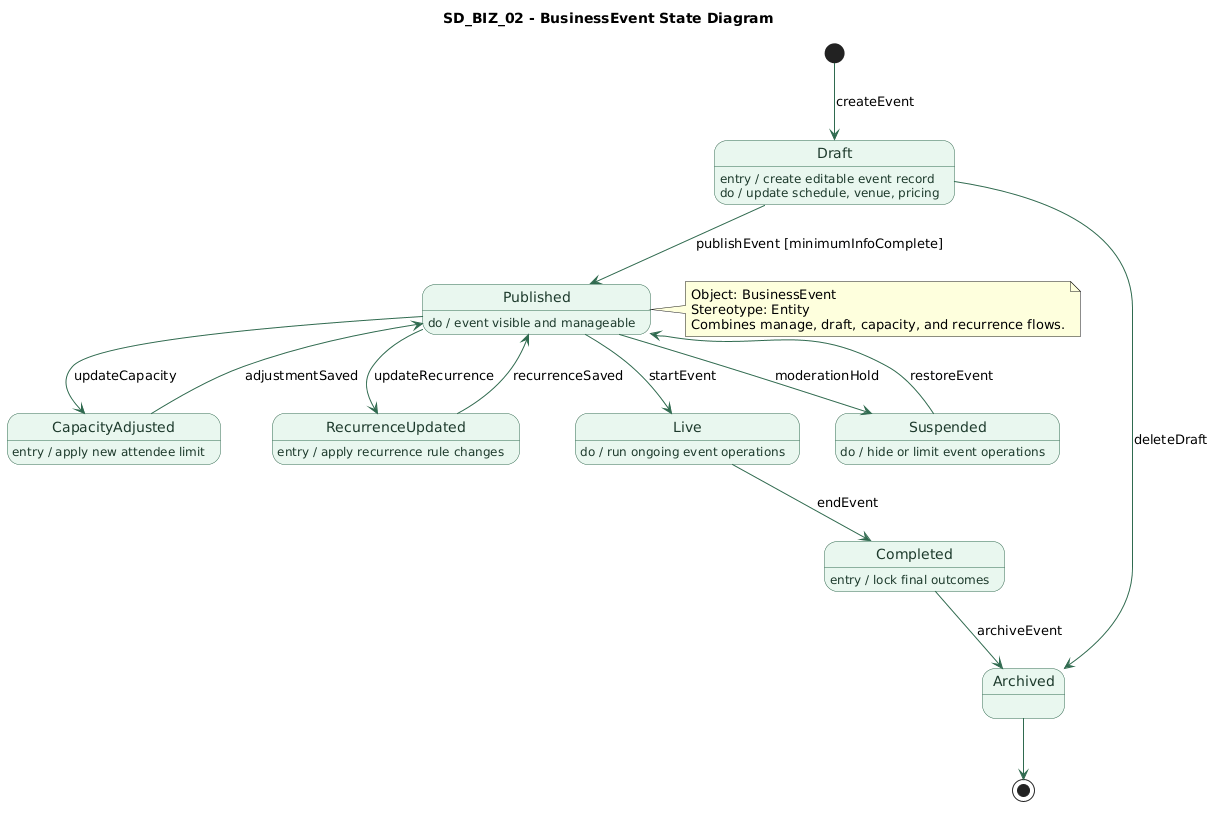
Before: State Diagrams/BusinessRole/SD_BIZ_02_Business_Event.png, a diagram exported from PlantUML (gorge-unc23/4ThePlot). Its diagram source:
```plantuml
@startuml
title SD_BIZ_02 - BusinessEvent State Diagram
top to bottom direction

skinparam state {
  BackgroundColor #E9F7EF
  BorderColor #2F6A4F
  FontColor #1D3A2C
  ArrowColor #2F6A4F
}

[*] -down-> Draft : createEvent

state Draft
Draft : entry / create editable event record
Draft : do / update schedule, venue, pricing
Draft --> Published : publishEvent [minimumInfoComplete]
Draft --> Archived : deleteDraft

state Published
Published : do / event visible and manageable
Published --> CapacityAdjusted : updateCapacity
Published --> RecurrenceUpdated : updateRecurrence
Published --> Live : startEvent
Published --> Suspended : moderationHold

state CapacityAdjusted
CapacityAdjusted : entry / apply new attendee limit
CapacityAdjusted --> Published : adjustmentSaved

state RecurrenceUpdated
RecurrenceUpdated : entry / apply recurrence rule changes
RecurrenceUpdated --> Published : recurrenceSaved

state Live
Live : do / run ongoing event operations
Live --> Completed : endEvent

state Suspended
Suspended : do / hide or limit event operations
Suspended --> Published : restoreEvent

state Completed
Completed : entry / lock final outcomes
Completed --> Archived : archiveEvent

state Archived
Archived --> [*]

note right of Published
Object: BusinessEvent
Stereotype: Entity
Combines manage, draft, capacity, and recurrence flows.
end note
@enduml
```
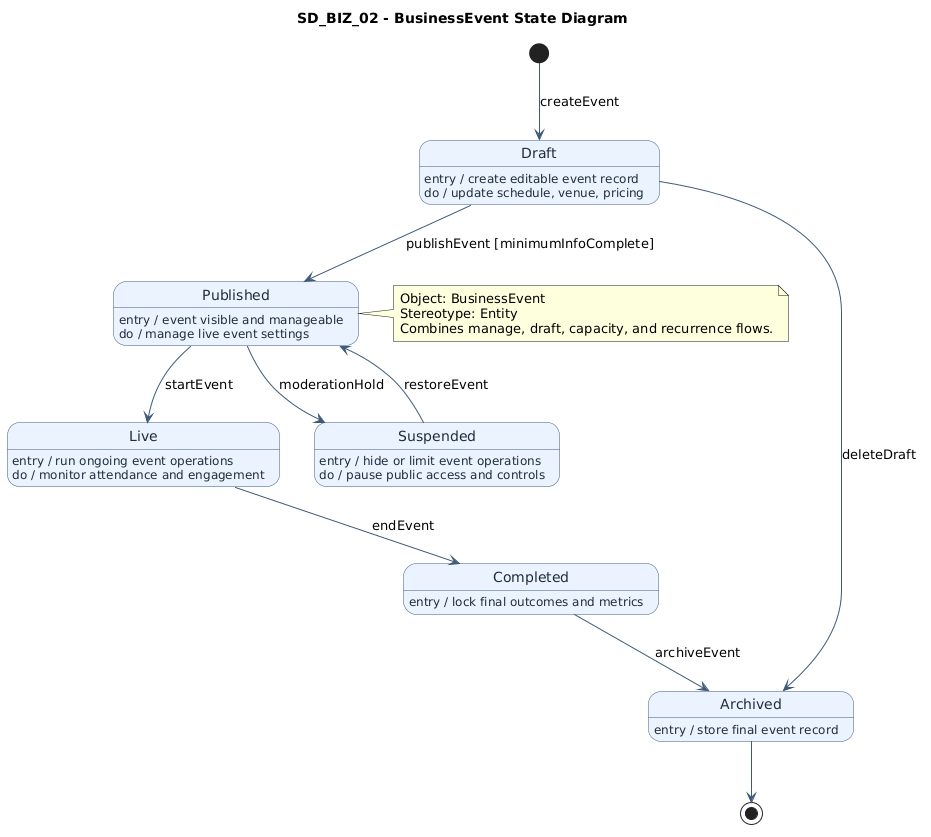
Above is the later version.

Commit message:
Fixed sequence diagrams of business role

What changed in the source:
```diff
@@ -3,10 +3,10 @@
 top to bottom direction
 
 skinparam state {
-  BackgroundColor #E9F7EF
-  BorderColor #2F6A4F
-  FontColor #1D3A2C
-  ArrowColor #2F6A4F
+  BackgroundColor #EAF3FF
+  BorderColor #3E5A78
+  FontColor #1F2D3A
+  ArrowColor #3E5A78
 }
 
 [*] -down-> Draft : createEvent
@@ -18,33 +18,27 @@
 Draft --> Archived : deleteDraft
 
 state Published
-Published : do / event visible and manageable
-Published --> CapacityAdjusted : updateCapacity
-Published --> RecurrenceUpdated : updateRecurrence
+Published : entry / event visible and manageable
+Published : do / manage live event settings
 Published --> Live : startEvent
 Published --> Suspended : moderationHold
 
-state CapacityAdjusted
-CapacityAdjusted : entry / apply new attendee limit
-CapacityAdjusted --> Published : adjustmentSaved
-
-state RecurrenceUpdated
-RecurrenceUpdated : entry / apply recurrence rule changes
-RecurrenceUpdated --> Published : recurrenceSaved
-
 state Live
-Live : do / run ongoing event operations
+Live : entry / run ongoing event operations
+Live : do / monitor attendance and engagement
 Live --> Completed : endEvent
 
 state Suspended
-Suspended : do / hide or limit event operations
+Suspended : entry / hide or limit event operations
+Suspended : do / pause public access and controls
 Suspended --> Published : restoreEvent
 
 state Completed
-Completed : entry / lock final outcomes
+Completed : entry / lock final outcomes and metrics
 Completed --> Archived : archiveEvent
 
 state Archived
+Archived : entry / store final event record
 Archived --> [*]
 
 note right of Published
```
